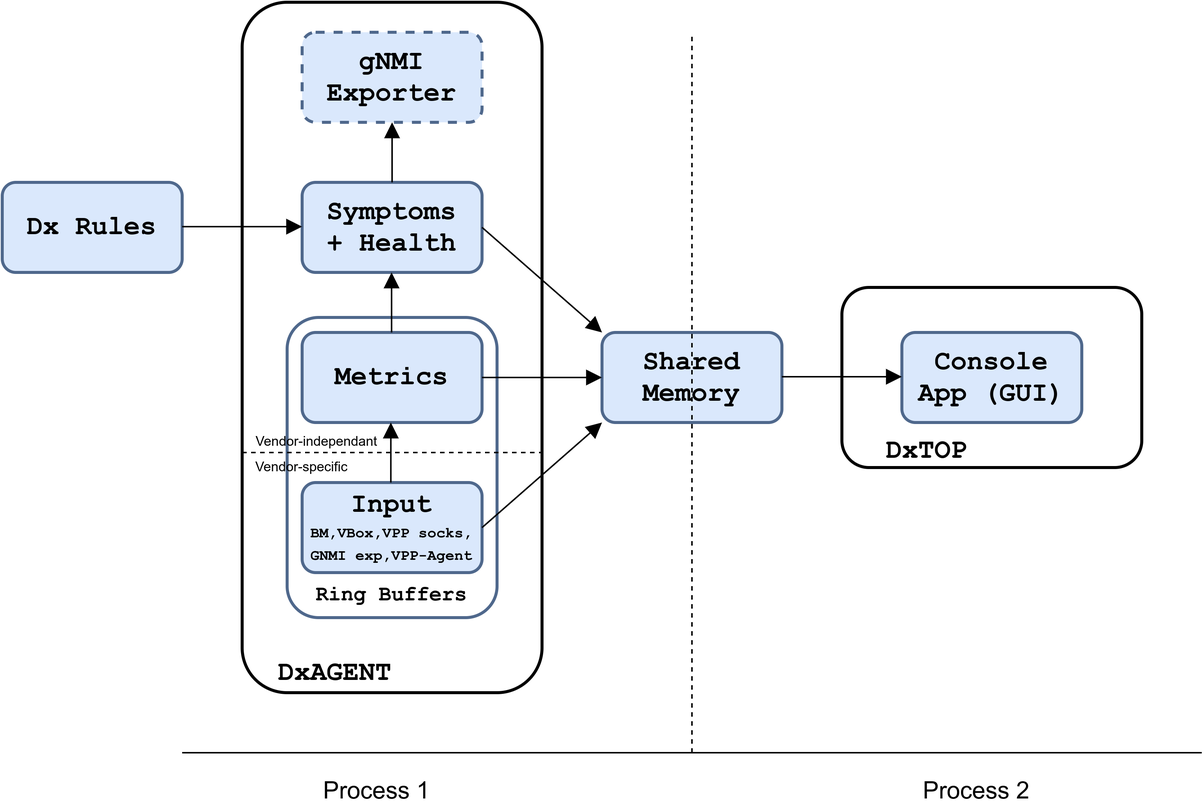
Before: res/dxagent-sw.png, a diagram exported from draw.io (Advanced-Observability/dxagent). Source tidied: cells renumbered, new cells last; positions are measured from the earlier drawing's top-left corner, leaving out a move shared by most shapes.
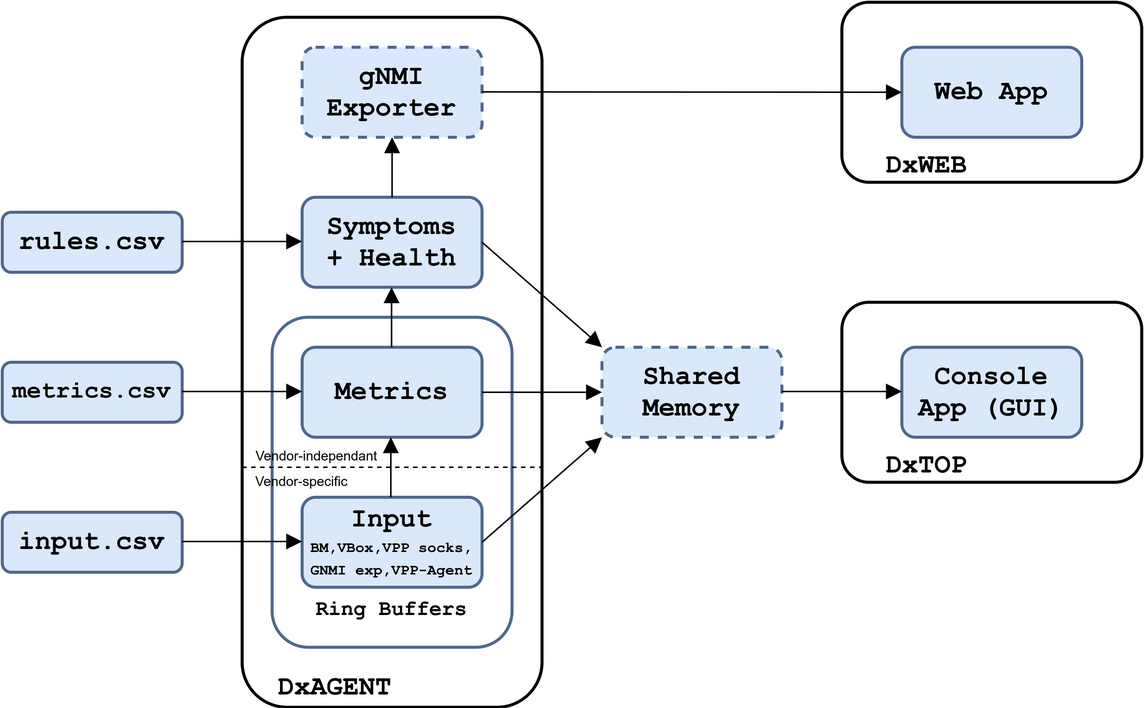
Above is the later version.

Diff of the diagram source:
```diff
@@ -12,7 +12,7 @@
       <mxGeometry x="200" y="120" width="120" height="60" as="geometry" />
     </mxCell>
     <mxCell id="5" value="&lt;font face=&quot;Courier New&quot;&gt;&lt;b&gt;&lt;br&gt;&lt;br&gt;&lt;br&gt;&lt;br&gt;&lt;br&gt;&lt;br&gt;&lt;br&gt;&lt;br&gt;&lt;font style=&quot;font-size: 14px&quot;&gt;&lt;br&gt;&lt;br&gt;&lt;br&gt;Ring Buffers&lt;/font&gt;&lt;/b&gt;&lt;/font&gt;" style="rounded=1;whiteSpace=wrap;html=1;fillColor=none;strokeColor=#4F688C;gradientColor=none;strokeWidth=2;" parent="1" vertex="1">
-      <mxGeometry x="190" y="210" width="140" height="200" as="geometry" />
+      <mxGeometry x="180" y="200" width="160" height="220" as="geometry" />
     </mxCell>
     <mxCell id="6" value="&lt;font face=&quot;Courier New&quot; style=&quot;font-size: 18px&quot;&gt;&lt;b&gt;gNMI&lt;br&gt;Exporter&lt;/b&gt;&lt;/font&gt;" style="rounded=1;whiteSpace=wrap;html=1;fillColor=#dae8fc;strokeColor=#4F688C;gradientColor=none;strokeWidth=2;dashed=1;" parent="1" vertex="1">
       <mxGeometry x="200" y="20" width="120" height="60" as="geometry" />
@@ -20,30 +20,12 @@
     <mxCell id="7" value="&lt;font face=&quot;Courier New&quot;&gt;&lt;b&gt;&lt;span style=&quot;font-size: 18px&quot;&gt;Input&lt;/span&gt;&lt;br&gt;&lt;font style=&quot;font-size: 10px&quot;&gt;BM,VBox,VPP socks, GNMI exp,VPP-Agent&lt;/font&gt;&lt;br&gt;&lt;/b&gt;&lt;/font&gt;" style="rounded=1;whiteSpace=wrap;html=1;fillColor=#dae8fc;strokeColor=#4F688C;gradientColor=none;strokeWidth=2;" parent="1" vertex="1">
       <mxGeometry x="200" y="320" width="120" height="60" as="geometry" />
     </mxCell>
-    <mxCell id="8" value="&lt;font face=&quot;Courier New&quot; style=&quot;font-size: 18px&quot;&gt;&lt;b&gt;Shared&lt;br&gt;Memory&lt;/b&gt;&lt;/font&gt;" style="rounded=1;whiteSpace=wrap;html=1;fillColor=#dae8fc;strokeColor=#4F688C;gradientColor=none;strokeWidth=2;" parent="1" vertex="1">
+    <mxCell id="8" value="&lt;font face=&quot;Courier New&quot; style=&quot;font-size: 18px&quot;&gt;&lt;b&gt;Shared&lt;br&gt;Memory&lt;/b&gt;&lt;/font&gt;" style="rounded=1;whiteSpace=wrap;html=1;fillColor=#dae8fc;strokeColor=#4F688C;gradientColor=none;strokeWidth=2;dashed=1;" parent="1" vertex="1">
       <mxGeometry x="400" y="220" width="120" height="60" as="geometry" />
     </mxCell>
     <mxCell id="9" value="&lt;font face=&quot;Courier New&quot;&gt;&lt;span style=&quot;font-size: 18px&quot;&gt;&lt;b&gt;Console App (GUI)&lt;/b&gt;&lt;/span&gt;&lt;/font&gt;" style="rounded=1;whiteSpace=wrap;html=1;fillColor=#dae8fc;strokeColor=#4F688C;gradientColor=none;strokeWidth=2;" parent="1" vertex="1">
       <mxGeometry x="600" y="220" width="120" height="60" as="geometry" />
     </mxCell>
-    <mxCell id="10" style="endArrow=none;html=1;" parent="1" edge="1">
-      <mxGeometry relative="1" as="geometry">
-        <mxPoint x="120" y="500" as="sourcePoint" />
-        <mxPoint x="800" y="500" as="targetPoint" />
-      </mxGeometry>
-    </mxCell>
-    <mxCell id="11" style="endArrow=none;dashed=1;html=1;" parent="1" edge="1">
-      <mxGeometry relative="1" as="geometry">
-        <mxPoint x="460" y="500" as="sourcePoint" />
-        <mxPoint x="460" y="20" as="targetPoint" />
-      </mxGeometry>
-    </mxCell>
-    <mxCell id="12" value="&lt;font style=&quot;font-size: 16px&quot;&gt;Process 1&lt;/font&gt;" style="text;html=1;strokeColor=none;fillColor=none;align=center;verticalAlign=middle;whiteSpace=wrap;rounded=0;shadow=0;glass=0;comic=0;" parent="1" vertex="1">
-      <mxGeometry x="190" y="515" width="120" height="20" as="geometry" />
-    </mxCell>
-    <mxCell id="13" value="&lt;font style=&quot;font-size: 16px&quot;&gt;Process 2&lt;/font&gt;" style="text;html=1;strokeColor=none;fillColor=none;align=center;verticalAlign=middle;whiteSpace=wrap;rounded=0;shadow=0;glass=0;comic=0;" parent="1" vertex="1">
-      <mxGeometry x="590" y="515" width="120" height="20" as="geometry" />
-    </mxCell>
     <mxCell id="14" style="endArrow=block;html=1;exitX=1;exitY=0.5;exitDx=0;exitDy=0;endSize=8;startSize=8;endFill=1;entryX=0;entryY=0;entryDx=0;entryDy=0;" parent="1" edge="1" source="4" target="8">
       <mxGeometry relative="1" as="geometry" />
     </mxCell>
@@ -53,8 +35,8 @@
         <mxPoint x="600" y="249.5" as="targetPoint" />
       </mxGeometry>
     </mxCell>
-    <mxCell id="16" value="&lt;font face=&quot;Courier New&quot; style=&quot;font-size: 18px&quot;&gt;&lt;b&gt;Dx Rules&lt;br&gt;&lt;/b&gt;&lt;/font&gt;" style="rounded=1;whiteSpace=wrap;html=1;fillColor=#dae8fc;strokeColor=#4F688C;gradientColor=none;strokeWidth=2;" parent="1" vertex="1">
-      <mxGeometry y="120" width="120" height="60" as="geometry" />
+    <mxCell id="16" value="&lt;font face=&quot;Courier New&quot; style=&quot;font-size: 18px&quot;&gt;&lt;b&gt;rules.csv&lt;br&gt;&lt;/b&gt;&lt;/font&gt;" style="rounded=1;whiteSpace=wrap;html=1;fillColor=#dae8fc;strokeColor=#4F688C;gradientColor=none;strokeWidth=2;" parent="1" vertex="1">
+      <mxGeometry y="130" width="120" height="40" as="geometry" />
     </mxCell>
     <mxCell id="17" style="endArrow=block;html=1;exitX=1;exitY=0.5;exitDx=0;exitDy=0;entryX=0;entryY=0.5;entryDx=0;entryDy=0;endSize=8;startSize=8;endFill=1;" parent="1" edge="1">
       <mxGeometry relative="1" as="geometry">
@@ -102,5 +84,34 @@
         <mxPoint x="259.2" y="280" as="targetPoint" />
       </mxGeometry>
     </mxCell>
+    <mxCell id="27" value="&lt;font face=&quot;Courier New&quot;&gt;&lt;b&gt;&lt;font style=&quot;font-size: 16px&quot;&gt;metrics.csv&lt;/font&gt;&lt;br&gt;&lt;/b&gt;&lt;/font&gt;" style="rounded=1;whiteSpace=wrap;html=1;fillColor=#dae8fc;strokeColor=#4F688C;gradientColor=none;strokeWidth=2;" parent="1" vertex="1">
+      <mxGeometry y="230" width="120" height="40" as="geometry" />
+    </mxCell>
+    <mxCell id="28" style="endArrow=block;html=1;exitX=1;exitY=0.5;exitDx=0;exitDy=0;entryX=0;entryY=0.5;entryDx=0;entryDy=0;endSize=8;startSize=8;endFill=1;" parent="1" edge="1">
+      <mxGeometry relative="1" as="geometry">
+        <mxPoint x="120" y="249.5" as="sourcePoint" />
+        <mxPoint x="200" y="249.5" as="targetPoint" />
+      </mxGeometry>
+    </mxCell>
+    <mxCell id="29" value="&lt;font face=&quot;Courier New&quot; style=&quot;font-size: 18px&quot;&gt;&lt;b&gt;input.csv&lt;br&gt;&lt;/b&gt;&lt;/font&gt;" style="rounded=1;whiteSpace=wrap;html=1;fillColor=#dae8fc;strokeColor=#4F688C;gradientColor=none;strokeWidth=2;" parent="1" vertex="1">
+      <mxGeometry y="330" width="120" height="40" as="geometry" />
+    </mxCell>
+    <mxCell id="30" style="endArrow=block;html=1;exitX=1;exitY=0.5;exitDx=0;exitDy=0;entryX=0;entryY=0.5;entryDx=0;entryDy=0;endSize=8;startSize=8;endFill=1;" parent="1" edge="1">
+      <mxGeometry relative="1" as="geometry">
+        <mxPoint x="120" y="349.5" as="sourcePoint" />
+        <mxPoint x="200" y="349.5" as="targetPoint" />
+      </mxGeometry>
+    </mxCell>
+    <mxCell id="31" value="&lt;br&gt;&lt;font face=&quot;Courier New&quot;&gt;&lt;span style=&quot;font-size: 18px&quot;&gt;&lt;b&gt;&lt;br&gt;&lt;br&gt;&lt;br&gt;&lt;br&gt;DxWEB&amp;nbsp; &amp;nbsp; &amp;nbsp; &amp;nbsp;&amp;nbsp;&lt;/b&gt;&lt;/span&gt;&lt;br&gt;&lt;/font&gt;" style="rounded=1;whiteSpace=wrap;html=1;strokeWidth=2;shadow=0;glass=0;comic=0;" parent="1" vertex="1">
+      <mxGeometry x="560" y="-10" width="200" height="120" as="geometry" />
+    </mxCell>
+    <mxCell id="32" value="&lt;font face=&quot;Courier New&quot;&gt;&lt;span style=&quot;font-size: 18px&quot;&gt;&lt;b&gt;Web App&lt;/b&gt;&lt;/span&gt;&lt;/font&gt;" style="rounded=1;whiteSpace=wrap;html=1;fillColor=#dae8fc;strokeColor=#4F688C;gradientColor=none;strokeWidth=2;" parent="1" vertex="1">
+      <mxGeometry x="600" y="20" width="120" height="60" as="geometry" />
+    </mxCell>
+    <mxCell id="33" style="endArrow=block;html=1;exitX=1;exitY=0.5;exitDx=0;exitDy=0;endSize=8;startSize=8;endFill=1;entryX=0;entryY=0.5;entryDx=0;entryDy=0;" parent="1" edge="1" target="32">
+      <mxGeometry relative="1" as="geometry">
+        <mxPoint x="320" y="49.8" as="sourcePoint" />
+      </mxGeometry>
+    </mxCell>
   </root>
 </mxGraphModel>
```
